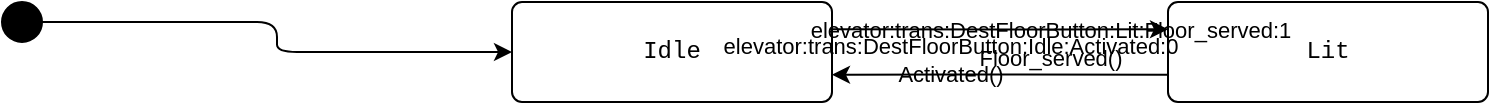
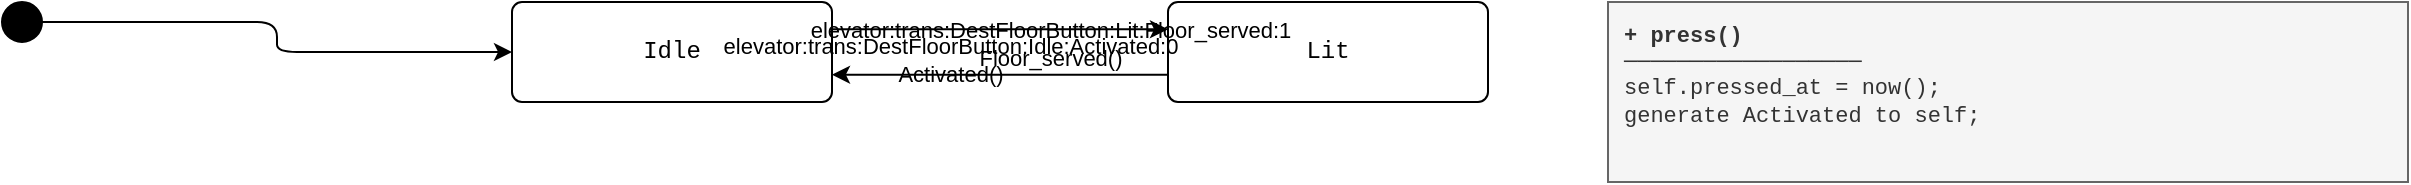
<mxfile compressed="false" version="24.0.0">
  <diagram name="Page-1" id="page1">
-     <mxGraphModel dx="1034" dy="546" grid="1" gridSize="10" guides="1" tooltips="1" connect="1" arrows="1" fold="1" page="1" pageScale="1" pageWidth="983" pageHeight="290" math="0" shadow="0" background="#FFFFFF">
+     <mxGraphModel dx="1034" dy="546" grid="1" gridSize="10" guides="1" tooltips="1" connect="1" arrows="1" fold="1" page="1" pageScale="1" pageWidth="1443" pageHeight="330" math="0" shadow="0" background="#FFFFFF">
      <root>
        <mxCell id="0"/>
        <mxCell id="1" parent="0"/>
        <mxCell id="elevator:state:DestFloorButton:__initial__" value="" style="ellipse;whiteSpace=wrap;html=1;aspect=fixed;fillColor=#000000;strokeColor=#000000;" vertex="1" parent="1">
          <mxGeometry x="120" y="120" width="20" height="20" as="geometry"/>
        </mxCell>
        <mxCell id="elevator:state:DestFloorButton:Idle" value="Idle" style="rounded=1;whiteSpace=wrap;html=1;arcSize=10;fontFamily=Courier New;" vertex="1" parent="1">
          <mxGeometry x="375" y="120" width="160" height="50" as="geometry"/>
        </mxCell>
        <mxCell id="elevator:state:DestFloorButton:Lit" value="Lit" style="rounded=1;whiteSpace=wrap;html=1;arcSize=10;fontFamily=Courier New;" vertex="1" parent="1">
          <mxGeometry x="703" y="120" width="160" height="50" as="geometry"/>
        </mxCell>
        <mxCell id="elevator:trans:DestFloorButton:__initial__:__init__:0" value="" style="edgeStyle=orthogonalEdgeStyle;html=1;labelBackgroundColor=none;exitX=1.0;exitY=0.5;exitDx=0;exitDy=0;entryX=0.0;entryY=0.5;entryDx=0;entryDy=0;" edge="1" source="elevator:state:DestFloorButton:__initial__" target="elevator:state:DestFloorButton:Idle" parent="1">
          <mxGeometry relative="1" as="geometry"/>
        </mxCell>
        <mxCell id="elevator:trans:DestFloorButton:Idle:Activated:0" value="elevator:trans:DestFloorButton:Idle:Activated:0&lt;br&gt;Activated()" style="edgeStyle=orthogonalEdgeStyle;html=1;labelBackgroundColor=none;exitX=1.0;exitY=0.2733;exitDx=0;exitDy=0;entryX=0.0;entryY=0.2733;entryDx=0;entryDy=0;" edge="1" source="elevator:state:DestFloorButton:Idle" target="elevator:state:DestFloorButton:Lit" parent="1">
-           <mxGeometry x="-0.3" y="-15" relative="1" as="geometry">
-             <Array as="points">
-               <mxPoint x="634" y="133"/>
-               <mxPoint x="634" y="133"/>
-             </Array>
-           </mxGeometry>
+           <mxGeometry x="-0.3" y="-15" relative="1" as="geometry"/>
        </mxCell>
        <mxCell id="elevator:trans:DestFloorButton:Lit:Floor_served:1" value="elevator:trans:DestFloorButton:Lit:Floor_served:1&lt;br&gt;Floor_served()" style="edgeStyle=orthogonalEdgeStyle;html=1;labelBackgroundColor=none;exitX=0.0;exitY=0.7267;exitDx=0;exitDy=0;entryX=1.0;entryY=0.7267;entryDx=0;entryDy=0;" edge="1" source="elevator:state:DestFloorButton:Lit" target="elevator:state:DestFloorButton:Idle" parent="1">
-           <mxGeometry x="-0.3" y="-15" relative="1" as="geometry">
-             <Array as="points">
-               <mxPoint x="604" y="156"/>
-               <mxPoint x="604" y="156"/>
-             </Array>
-           </mxGeometry>
+           <mxGeometry x="-0.3" y="-15" relative="1" as="geometry"/>
+         </mxCell>
+         <mxCell id="elevator:method:DestFloorButton:press" value="&lt;b&gt;+ press()&lt;/b&gt;&lt;br&gt;──────────────────&lt;br&gt;self.pressed_at = now();&lt;br&gt;generate Activated to self;&lt;br&gt;" style="rounded=0;whiteSpace=wrap;html=1;align=left;verticalAlign=top;fontFamily=Courier New;fontSize=11;fillColor=#f5f5f5;strokeColor=#666666;fontColor=#333333;spacingLeft=6;spacingRight=6;spacingTop=4;spacingBottom=4;" vertex="1" parent="1">
+           <mxGeometry x="923" y="120" width="400" height="90" as="geometry"/>
        </mxCell>
      </root>
    </mxGraphModel>
  </diagram>
</mxfile>